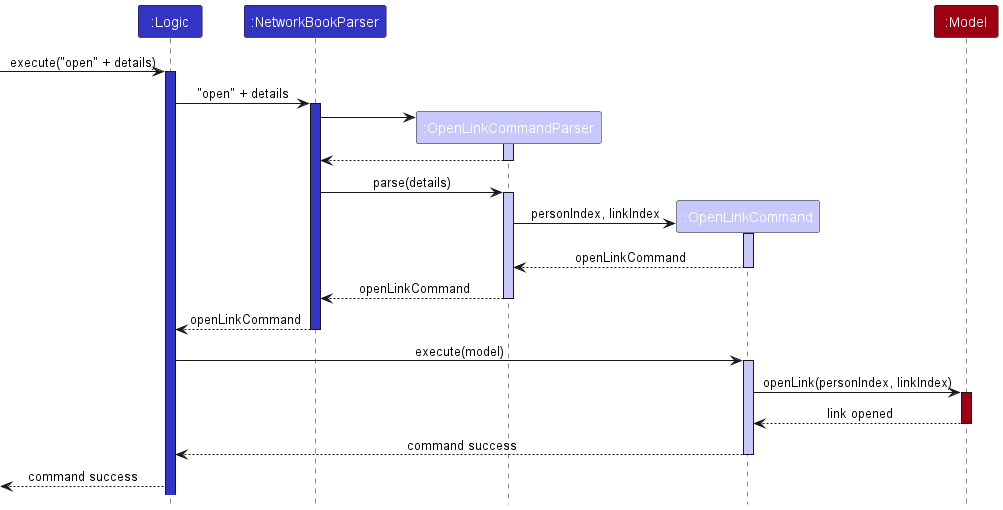
Above: docs/images/open/OpenDiagram.png in nus-cs2103-AY2324S1/tp (PlantUML), before the change. Its diagram source:
```plantuml
@startuml
!include style.puml
skinparam ArrowFontStyle plain

Participant ":Logic" as logic LOGIC_COLOR
Participant ":NetworkBookParser" as networkBookParser LOGIC_COLOR
Participant ":OpenLinkCommandParser" as openLinkCommandParser LOGIC_COLOR_T1
Participant ":OpenLinkCommand" as openLinkCommand LOGIC_COLOR_T1
Participant ":Model" as model MODEL_COLOR

-> logic : execute("open" + details)
activate logic LOGIC_COLOR

logic -> networkBookParser : "open" + details
activate networkBookParser LOGIC_COLOR

create openLinkCommandParser
networkBookParser -> openLinkCommandParser
activate openLinkCommandParser LOGIC_COLOR_T1

openLinkCommandParser --> networkBookParser
deactivate openLinkCommandParser

networkBookParser -> openLinkCommandParser : parse(details)
activate openLinkCommandParser LOGIC_COLOR_T1

create openLinkCommand
openLinkCommandParser -> openLinkCommand : personIndex, linkIndex
activate openLinkCommand LOGIC_COLOR_T1

openLinkCommand --> openLinkCommandParser : openLinkCommand
deactivate openLinkCommand

openLinkCommandParser --> networkBookParser : openLinkCommand
deactivate openLinkCommandParser

networkBookParser --> logic : openLinkCommand
deactivate networkBookParser

logic -> openLinkCommand: execute(model)
activate openLinkCommand LOGIC_COLOR_T1

openLinkCommand -> model: openLink(personIndex, linkIndex)
activate model MODEL_COLOR

model --> openLinkCommand: link opened
deactivate model

openLinkCommand --> logic : command success
deactivate openLinkCommand

<-- logic : command success

@enduml
```
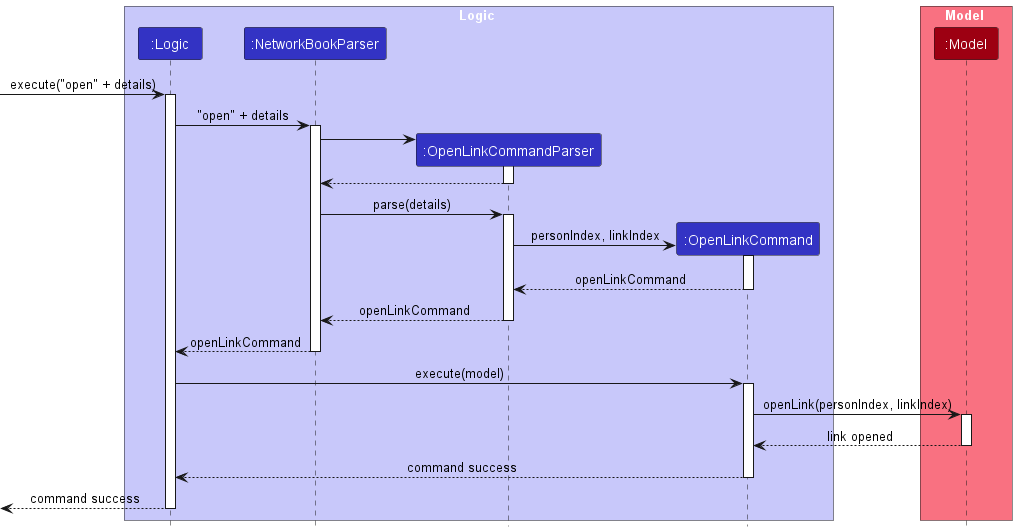
Later version of the same file.

Diff of the diagram source:
```diff
@@ -2,31 +2,36 @@
 !include style.puml
 skinparam ArrowFontStyle plain
 
+box Logic LOGIC_COLOR_T1
 Participant ":Logic" as logic LOGIC_COLOR
 Participant ":NetworkBookParser" as networkBookParser LOGIC_COLOR
-Participant ":OpenLinkCommandParser" as openLinkCommandParser LOGIC_COLOR_T1
-Participant ":OpenLinkCommand" as openLinkCommand LOGIC_COLOR_T1
+Participant ":OpenLinkCommandParser" as openLinkCommandParser LOGIC_COLOR
+Participant ":OpenLinkCommand" as openLinkCommand LOGIC_COLOR
+end box
+
+box Model MODEL_COLOR_T1
 Participant ":Model" as model MODEL_COLOR
+end box
 
 -> logic : execute("open" + details)
-activate logic LOGIC_COLOR
+activate logic
 
 logic -> networkBookParser : "open" + details
-activate networkBookParser LOGIC_COLOR
+activate networkBookParser
 
 create openLinkCommandParser
 networkBookParser -> openLinkCommandParser
-activate openLinkCommandParser LOGIC_COLOR_T1
+activate openLinkCommandParser
 
 openLinkCommandParser --> networkBookParser
 deactivate openLinkCommandParser
 
 networkBookParser -> openLinkCommandParser : parse(details)
-activate openLinkCommandParser LOGIC_COLOR_T1
+activate openLinkCommandParser
 
 create openLinkCommand
 openLinkCommandParser -> openLinkCommand : personIndex, linkIndex
-activate openLinkCommand LOGIC_COLOR_T1
+activate openLinkCommand
 
 openLinkCommand --> openLinkCommandParser : openLinkCommand
 deactivate openLinkCommand
@@ -38,10 +43,10 @@
 deactivate networkBookParser
 
 logic -> openLinkCommand: execute(model)
-activate openLinkCommand LOGIC_COLOR_T1
+activate openLinkCommand
 
 openLinkCommand -> model: openLink(personIndex, linkIndex)
-activate model MODEL_COLOR
+activate model
 
 model --> openLinkCommand: link opened
 deactivate model
@@ -50,5 +55,6 @@
 deactivate openLinkCommand
 
 <-- logic : command success
+deactivate logic
 
 @enduml
```
